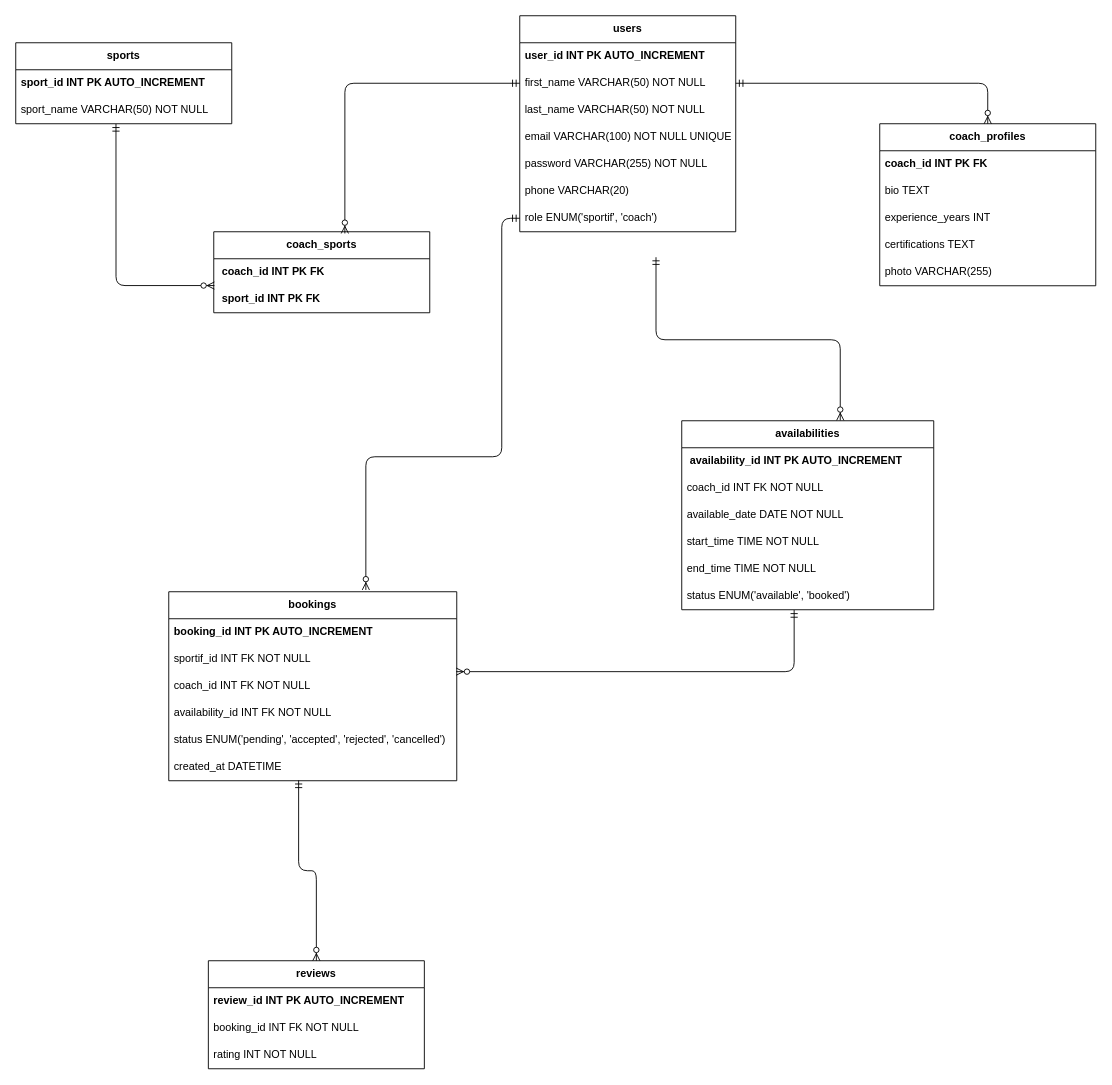
Before: src/UML/urd.drawio in reda-guemry/CoachPro-, a draw.io diagram. Source tidied: cells renumbered, new cells numbered last; positions are measured from the earlier drawing's top-left corner, leaving out a move shared by most shapes. Both pictures are drawn from the tidied source at 90%, with x=0, y=0 at pixel (15, 15).
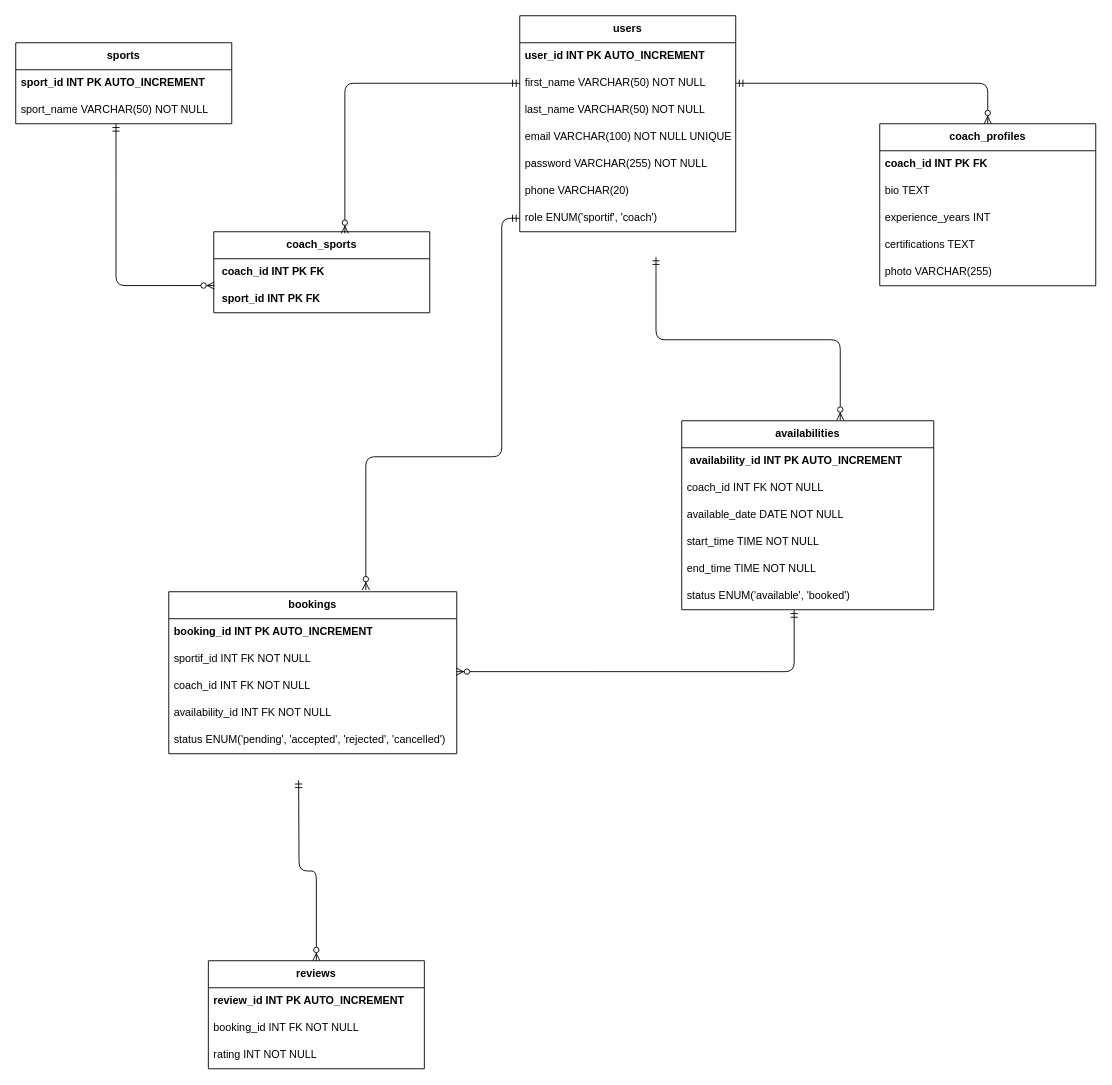
The same page after the edit.

Unchanged cells that the change refers to:
```xml
<mxCell id="36" value="&lt;b&gt;reviews&lt;/b&gt;" style="swimlane;fontStyle=0;horizontal=1;startSize=30;whiteSpace=wrap;html=1;" parent="1" vertex="1">
  <mxGeometry x="214" y="1050" width="240" height="120" as="geometry" />
</mxCell>
```

What changed in the source:
```diff
@@
     <mxCell id="29" value="&lt;b&gt;bookings&lt;/b&gt;" style="swimlane;fontStyle=0;horizontal=1;startSize=30;whiteSpace=wrap;html=1;" parent="1" vertex="1">
-      <mxGeometry x="170" y="640" width="320" height="210" as="geometry" />
+      <mxGeometry x="170" y="640" width="320" height="180" as="geometry" />
     </mxCell>
@@
-    <mxCell id="35" value="created_at DATETIME" style="text;align=left;verticalAlign=middle;spacingLeft=4;spacingRight=4;overflow=hidden;points=[[0,0.5],[1,0.5]];portConstraint=eastwest;whiteSpace=wrap;html=1;" parent="29" vertex="1">
-      <mxGeometry y="180" width="320" height="30" as="geometry" />
-    </mxCell>
@@
-    <mxCell id="46" style="fontSize=12;html=1;endArrow=ERzeroToMany;startArrow=ERmandOne;exitX=0.451;exitY=0.987;exitDx=0;exitDy=0;exitPerimeter=0;entryX=0.5;entryY=0;entryDx=0;entryDy=0;edgeStyle=orthogonalEdgeStyle;" parent="1" edge="1" source="35" target="36">
-      <mxGeometry relative="1" as="geometry" />
+    <mxCell id="46" style="fontSize=12;html=1;endArrow=ERzeroToMany;startArrow=ERmandOne;exitX=0.451;exitY=0.987;exitDx=0;exitDy=0;exitPerimeter=0;entryX=0.5;entryY=0;entryDx=0;entryDy=0;edgeStyle=orthogonalEdgeStyle;" parent="1" edge="1" target="36">
+      <mxGeometry relative="1" as="geometry">
+        <mxPoint x="314.3" y="849.6" as="sourcePoint" />
+      </mxGeometry>
     </mxCell>
```
